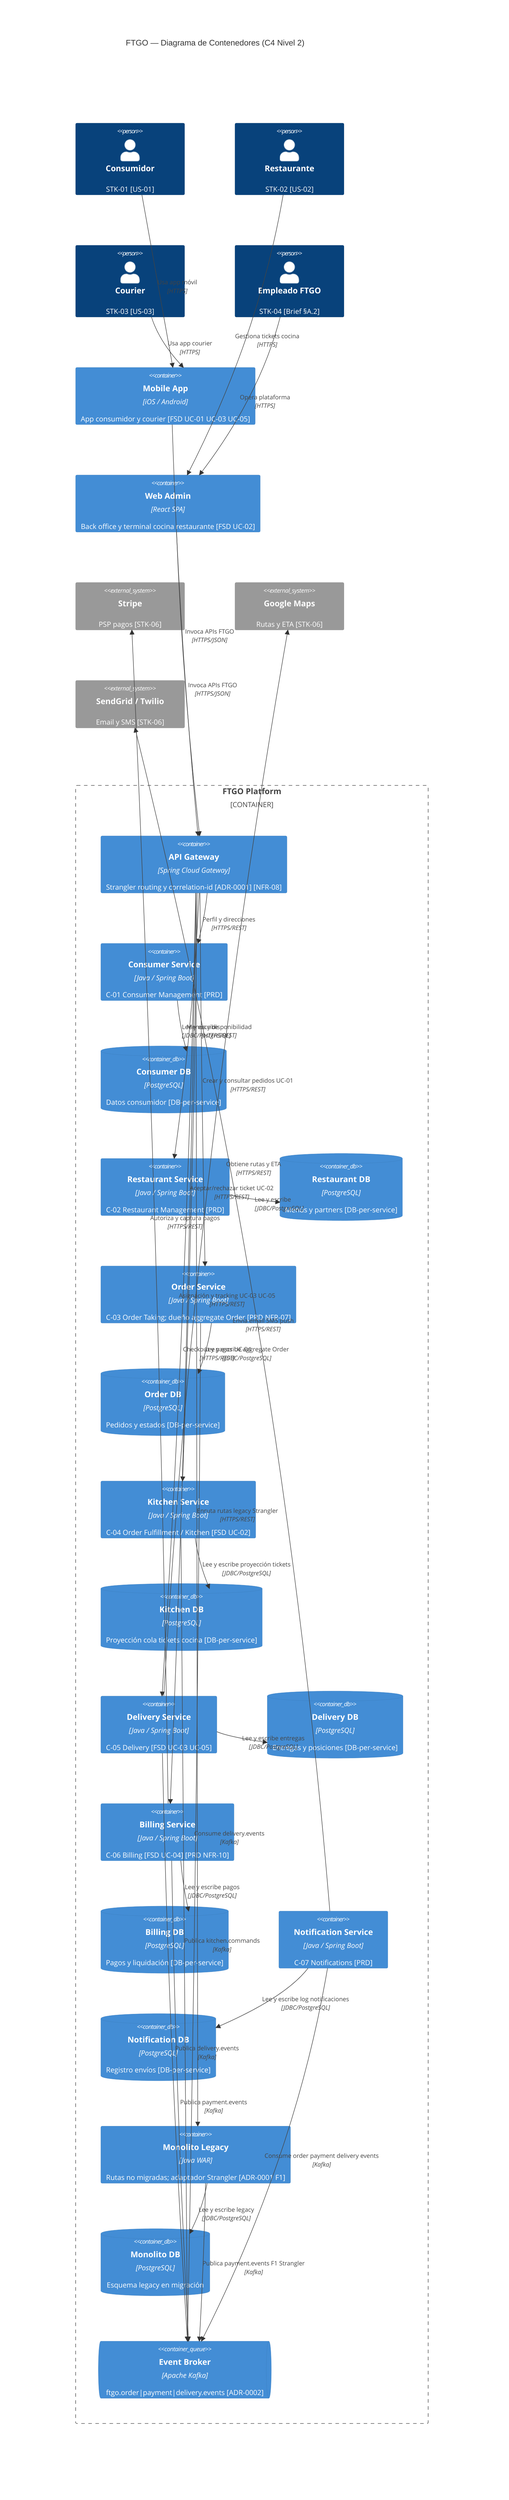
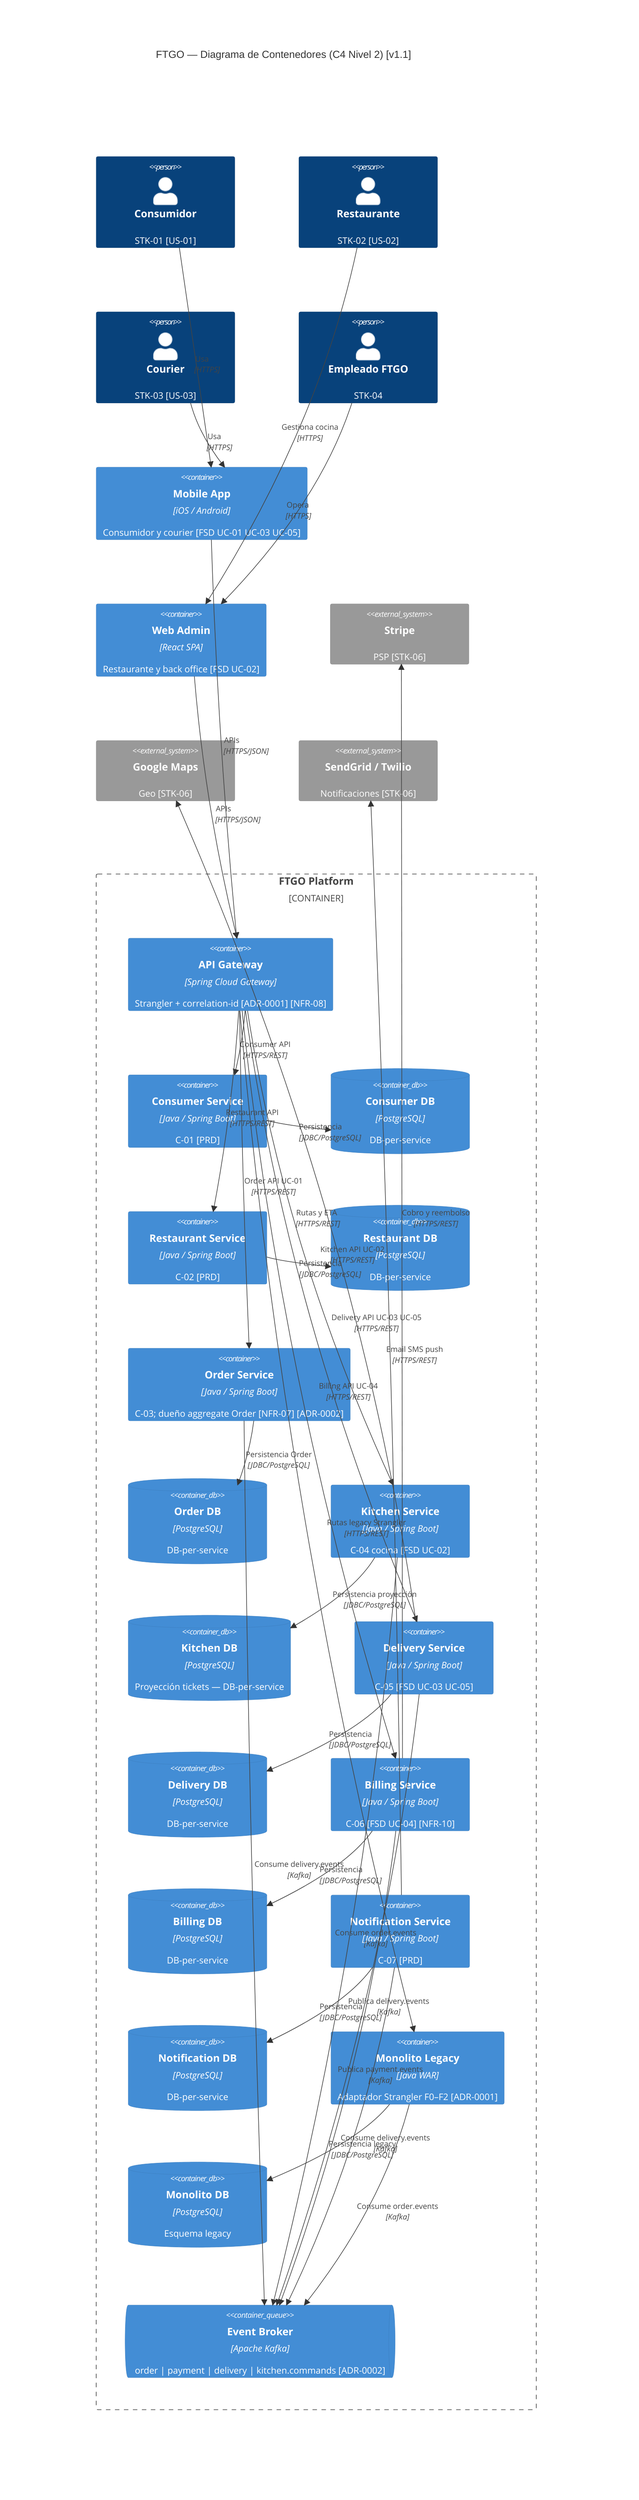
C4Container
-     title FTGO — Diagrama de Contenedores (C4 Nivel 2)
+     title FTGO — Diagrama de Contenedores (C4 Nivel 2) [v1.1]

    Person(consumidor, "Consumidor", "STK-01 [US-01]")
    Person(restaurante, "Restaurante", "STK-02 [US-02]")
    Person(courier, "Courier", "STK-03 [US-03]")
-     Person(backoffice, "Empleado FTGO", "STK-04 [Brief §A.2]")
+     Person(backoffice, "Empleado FTGO", "STK-04")

-     Container(mobile_app, "Mobile App", "iOS / Android", "App consumidor y courier [FSD UC-01 UC-03 UC-05]")
-     Container(web_admin, "Web Admin", "React SPA", "Back office y terminal cocina restaurante [FSD UC-02]")
+     Container(mobile_app, "Mobile App", "iOS / Android", "Consumidor y courier [FSD UC-01 UC-03 UC-05]")
+     Container(web_admin, "Web Admin", "React SPA", "Restaurante y back office [FSD UC-02]")

    Container_Boundary(ftgo, "FTGO Platform") {

-         Container(gateway, "API Gateway", "Spring Cloud Gateway", "Strangler routing y correlation-id [ADR-0001] [NFR-08]")
+         Container(gateway, "API Gateway", "Spring Cloud Gateway", "Strangler + correlation-id [ADR-0001] [NFR-08]")

-         Container(consumer_svc, "Consumer Service", "Java / Spring Boot", "C-01 Consumer Management [PRD]")
-         ContainerDb(consumer_db, "Consumer DB", "PostgreSQL", "Datos consumidor [DB-per-service]")
+         Container(consumer_svc, "Consumer Service", "Java / Spring Boot", "C-01 [PRD]")
+         ContainerDb(consumer_db, "Consumer DB", "PostgreSQL", "DB-per-service")

-         Container(restaurant_svc, "Restaurant Service", "Java / Spring Boot", "C-02 Restaurant Management [PRD]")
-         ContainerDb(restaurant_db, "Restaurant DB", "PostgreSQL", "Menús y partners [DB-per-service]")
+         Container(restaurant_svc, "Restaurant Service", "Java / Spring Boot", "C-02 [PRD]")
+         ContainerDb(restaurant_db, "Restaurant DB", "PostgreSQL", "DB-per-service")

-         Container(order_svc, "Order Service", "Java / Spring Boot", "C-03 Order Taking; dueño aggregate Order [PRD NFR-07]")
-         ContainerDb(order_db, "Order DB", "PostgreSQL", "Pedidos y estados [DB-per-service]")
+         Container(order_svc, "Order Service", "Java / Spring Boot", "C-03; dueño aggregate Order [NFR-07] [ADR-0002]")
+         ContainerDb(order_db, "Order DB", "PostgreSQL", "DB-per-service")

-         Container(kitchen_svc, "Kitchen Service", "Java / Spring Boot", "C-04 Order Fulfillment / Kitchen [FSD UC-02]")
-         ContainerDb(kitchen_db, "Kitchen DB", "PostgreSQL", "Proyección cola tickets cocina [DB-per-service]")
+         Container(kitchen_svc, "Kitchen Service", "Java / Spring Boot", "C-04 cocina [FSD UC-02]")
+         ContainerDb(kitchen_db, "Kitchen DB", "PostgreSQL", "Proyección tickets — DB-per-service")

-         Container(delivery_svc, "Delivery Service", "Java / Spring Boot", "C-05 Delivery [FSD UC-03 UC-05]")
-         ContainerDb(delivery_db, "Delivery DB", "PostgreSQL", "Entregas y posiciones [DB-per-service]")
+         Container(delivery_svc, "Delivery Service", "Java / Spring Boot", "C-05 [FSD UC-03 UC-05]")
+         ContainerDb(delivery_db, "Delivery DB", "PostgreSQL", "DB-per-service")

-         Container(billing_svc, "Billing Service", "Java / Spring Boot", "C-06 Billing [FSD UC-04] [PRD NFR-10]")
-         ContainerDb(billing_db, "Billing DB", "PostgreSQL", "Pagos y liquidación [DB-per-service]")
+         Container(billing_svc, "Billing Service", "Java / Spring Boot", "C-06 [FSD UC-04] [NFR-10]")
+         ContainerDb(billing_db, "Billing DB", "PostgreSQL", "DB-per-service")

-         Container(notification_svc, "Notification Service", "Java / Spring Boot", "C-07 Notifications [PRD]")
-         ContainerDb(notification_db, "Notification DB", "PostgreSQL", "Registro envíos [DB-per-service]")
+         Container(notification_svc, "Notification Service", "Java / Spring Boot", "C-07 [PRD]")
+         ContainerDb(notification_db, "Notification DB", "PostgreSQL", "DB-per-service")

-         Container(monolito, "Monolito Legacy", "Java WAR", "Rutas no migradas; adaptador Strangler [ADR-0001 F1]")
-         ContainerDb(monolito_db, "Monolito DB", "PostgreSQL", "Esquema legacy en migración")
+         Container(monolito, "Monolito Legacy", "Java WAR", "Adaptador Strangler F0–F2 [ADR-0001]")
+         ContainerDb(monolito_db, "Monolito DB", "PostgreSQL", "Esquema legacy")

-         ContainerQueue(kafka, "Event Broker", "Apache Kafka", "ftgo.order|payment|delivery.events [ADR-0002]")
+         ContainerQueue(kafka, "Event Broker", "Apache Kafka", "order | payment | delivery | kitchen.commands [ADR-0002]")
    }

-     System_Ext(stripe, "Stripe", "PSP pagos [STK-06]")
-     System_Ext(maps, "Google Maps", "Rutas y ETA [STK-06]")
-     System_Ext(notify_ext, "SendGrid / Twilio", "Email y SMS [STK-06]")
+     System_Ext(stripe, "Stripe", "PSP [STK-06]")
+     System_Ext(maps, "Google Maps", "Geo [STK-06]")
+     System_Ext(notify_ext, "SendGrid / Twilio", "Notificaciones [STK-06]")

-     Rel(consumidor, mobile_app, "Usa app móvil", "HTTPS")
-     Rel(courier, mobile_app, "Usa app courier", "HTTPS")
-     Rel(restaurante, web_admin, "Gestiona tickets cocina", "HTTPS")
-     Rel(backoffice, web_admin, "Opera plataforma", "HTTPS")
+     Rel(consumidor, mobile_app, "Usa", "HTTPS")
+     Rel(courier, mobile_app, "Usa", "HTTPS")
+     Rel(restaurante, web_admin, "Gestiona cocina", "HTTPS")
+     Rel(backoffice, web_admin, "Opera", "HTTPS")

-     Rel(mobile_app, gateway, "Invoca APIs FTGO", "HTTPS/JSON")
-     Rel(web_admin, gateway, "Invoca APIs FTGO", "HTTPS/JSON")
+     Rel(mobile_app, gateway, "APIs", "HTTPS/JSON")
+     Rel(web_admin, gateway, "APIs", "HTTPS/JSON")

-     Rel(gateway, consumer_svc, "Perfil y direcciones", "HTTPS/REST")
-     Rel(gateway, restaurant_svc, "Menús y disponibilidad", "HTTPS/REST")
-     Rel(gateway, order_svc, "Crear y consultar pedidos UC-01", "HTTPS/REST")
-     Rel(gateway, kitchen_svc, "Aceptar/rechazar ticket UC-02", "HTTPS/REST")
-     Rel(gateway, delivery_svc, "Asignación y tracking UC-03 UC-05", "HTTPS/REST")
-     Rel(gateway, billing_svc, "Checkout y pagos UC-04", "HTTPS/REST")
-     Rel(gateway, monolito, "Enruta rutas legacy Strangler", "HTTPS/REST")
+     Rel(gateway, consumer_svc, "Consumer API", "HTTPS/REST")
+     Rel(gateway, restaurant_svc, "Restaurant API", "HTTPS/REST")
+     Rel(gateway, order_svc, "Order API UC-01", "HTTPS/REST")
+     Rel(gateway, kitchen_svc, "Kitchen API UC-02", "HTTPS/REST")
+     Rel(gateway, delivery_svc, "Delivery API UC-03 UC-05", "HTTPS/REST")
+     Rel(gateway, billing_svc, "Billing API UC-04", "HTTPS/REST")
+     Rel(gateway, monolito, "Rutas legacy Strangler", "HTTPS/REST")

-     Rel(consumer_svc, consumer_db, "Lee y escribe", "JDBC/PostgreSQL")
-     Rel(restaurant_svc, restaurant_db, "Lee y escribe", "JDBC/PostgreSQL")
-     Rel(order_svc, order_db, "Lee y escribe aggregate Order", "JDBC/PostgreSQL")
-     Rel(kitchen_svc, kitchen_db, "Lee y escribe proyección tickets", "JDBC/PostgreSQL")
-     Rel(delivery_svc, delivery_db, "Lee y escribe entregas", "JDBC/PostgreSQL")
-     Rel(billing_svc, billing_db, "Lee y escribe pagos", "JDBC/PostgreSQL")
-     Rel(notification_svc, notification_db, "Lee y escribe log notificaciones", "JDBC/PostgreSQL")
-     Rel(monolito, monolito_db, "Lee y escribe legacy", "JDBC/PostgreSQL")
+     Rel(consumer_svc, consumer_db, "Persistencia", "JDBC/PostgreSQL")
+     Rel(restaurant_svc, restaurant_db, "Persistencia", "JDBC/PostgreSQL")
+     Rel(order_svc, order_db, "Persistencia Order", "JDBC/PostgreSQL")
+     Rel(kitchen_svc, kitchen_db, "Persistencia proyección", "JDBC/PostgreSQL")
+     Rel(delivery_svc, delivery_db, "Persistencia", "JDBC/PostgreSQL")
+     Rel(billing_svc, billing_db, "Persistencia", "JDBC/PostgreSQL")
+     Rel(notification_svc, notification_db, "Persistencia", "JDBC/PostgreSQL")
+     Rel(monolito, monolito_db, "Persistencia legacy", "JDBC/PostgreSQL")

    Rel(order_svc, kafka, "Publica order.events", "Kafka")
    Rel(kitchen_svc, kafka, "Publica kitchen.commands", "Kafka")
-     Rel(order_svc, kafka, "Consume kitchen.commands y payment.events", "Kafka")
+     Rel(kitchen_svc, kafka, "Consume order.events", "Kafka")
+     Rel(order_svc, kafka, "Consume kitchen.commands", "Kafka")
+     Rel(order_svc, kafka, "Consume payment.events", "Kafka")
+     Rel(order_svc, kafka, "Consume delivery.events", "Kafka")
    Rel(billing_svc, kafka, "Publica payment.events", "Kafka")
-     Rel(monolito, kafka, "Publica payment.events F1 Strangler", "Kafka")
+     Rel(monolito, kafka, "Publica payment.events", "Kafka")
+     Rel(monolito, kafka, "Consume order.events", "Kafka")
    Rel(delivery_svc, kafka, "Consume order.events", "Kafka")
    Rel(delivery_svc, kafka, "Publica delivery.events", "Kafka")
-     Rel(order_svc, kafka, "Consume delivery.events", "Kafka")
-     Rel(notification_svc, kafka, "Consume order payment delivery events", "Kafka")
+     Rel(notification_svc, kafka, "Consume order.events", "Kafka")
+     Rel(notification_svc, kafka, "Consume payment.events", "Kafka")
+     Rel(notification_svc, kafka, "Consume delivery.events", "Kafka")

-     Rel(billing_svc, stripe, "Autoriza y captura pagos", "HTTPS/REST")
-     Rel(delivery_svc, maps, "Obtiene rutas y ETA", "HTTPS/REST")
-     Rel(notification_svc, notify_ext, "Envía email SMS push", "HTTPS/REST")
+     Rel(billing_svc, stripe, "Cobro y reembolso", "HTTPS/REST")
+     Rel(delivery_svc, maps, "Rutas y ETA", "HTTPS/REST")
+     Rel(notification_svc, notify_ext, "Email SMS push", "HTTPS/REST")
